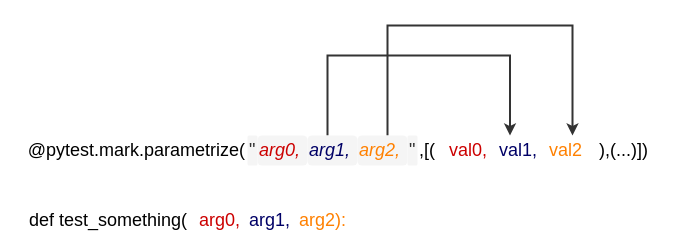
This is page "Page-9" (9 of 9) of pytest.drawio from Euclid-Python/Python-pytest, a draw.io file, before an edit. Source tidied: cells renumbered, new cells numbered last; positions are measured from the earlier drawing's top-left corner, leaving out a move shared by most shapes. Both pictures are drawn from the tidied source at 100%, with x=0, y=0 at pixel (17, 25).
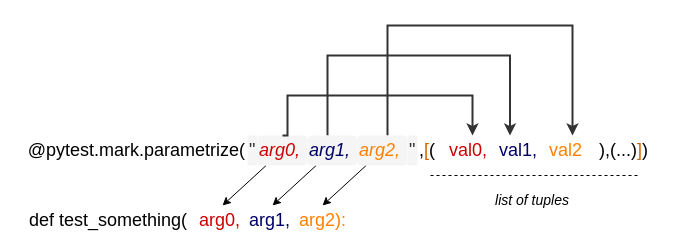
The same diagram, later.

Unchanged cells that the change refers to:
```xml
<mxCell id="5" value="&lt;span style=&quot;font-size: 18px ; white-space: normal&quot;&gt;arg0,&lt;/span&gt;" style="rounded=1;whiteSpace=wrap;html=1;shadow=0;strokeColor=none;fillColor=#f5f5f5;fontSize=16;align=left;dashed=1;fontStyle=2;fontColor=#CC0000;" parent="1" vertex="1">
  <mxGeometry x="240" y="110" width="50" height="30" as="geometry" />
</mxCell>
<mxCell id="8" value="&lt;span style=&quot;font-size: 18px ; white-space: normal&quot;&gt;arg1,&lt;/span&gt;" style="rounded=1;whiteSpace=wrap;html=1;shadow=0;strokeColor=none;fillColor=#f5f5f5;fontSize=16;align=left;dashed=1;fontStyle=2;fontColor=#000066;" parent="1" vertex="1">
  <mxGeometry x="290" y="110" width="50" height="30" as="geometry" />
</mxCell>
<mxCell id="11" value="&lt;span style=&quot;font-size: 18px ; white-space: normal&quot;&gt;arg2,&lt;/span&gt;" style="rounded=1;whiteSpace=wrap;html=1;shadow=0;strokeColor=none;fillColor=#f5f5f5;fontSize=16;align=left;dashed=1;fontStyle=2;fontColor=#FF8000;" parent="1" vertex="1">
  <mxGeometry x="340" y="110" width="50" height="30" as="geometry" />
</mxCell>
<mxCell id="18" value="&lt;span style=&quot;font-size: 18px ; white-space: normal&quot;&gt;arg0,&lt;/span&gt;" style="rounded=1;whiteSpace=wrap;html=1;shadow=0;strokeColor=none;fillColor=none;fontSize=16;align=left;dashed=1;fontColor=#CC0000;" parent="1" vertex="1">
  <mxGeometry x="180" y="180" width="50" height="30" as="geometry" />
</mxCell>
<mxCell id="19" value="&lt;span style=&quot;font-size: 18px ; white-space: normal&quot;&gt;arg1,&lt;/span&gt;" style="rounded=1;whiteSpace=wrap;html=1;shadow=0;strokeColor=none;fillColor=none;fontSize=16;align=left;dashed=1;fontColor=#000066;" parent="1" vertex="1">
  <mxGeometry x="230" y="180" width="50" height="30" as="geometry" />
</mxCell>
<mxCell id="20" value="&lt;span style=&quot;font-size: 18px ; white-space: normal&quot;&gt;arg2):&lt;/span&gt;" style="rounded=1;whiteSpace=wrap;html=1;shadow=0;strokeColor=none;fillColor=none;fontSize=16;align=left;dashed=1;fontColor=#FF8000;" parent="1" vertex="1">
  <mxGeometry x="280" y="180" width="50" height="30" as="geometry" />
</mxCell>
```

Change to the diagram source:
```diff
@@
+    <mxCell id="23" style="rounded=0;jettySize=auto;html=1;entryX=0.5;entryY=0;entryDx=0;entryDy=0;" parent="1" edge="1" source="5" target="18">
+      <mxGeometry relative="1" as="geometry" />
+    </mxCell>
@@
+    <mxCell id="24" style="edgeStyle=none;rounded=0;jettySize=auto;html=1;entryX=0.5;entryY=0;entryDx=0;entryDy=0;" parent="1" edge="1" source="8" target="19">
+      <mxGeometry relative="1" as="geometry" />
+    </mxCell>
@@
+    <mxCell id="25" style="edgeStyle=none;rounded=0;jettySize=auto;html=1;entryX=0.5;entryY=0;entryDx=0;entryDy=0;" parent="1" edge="1" source="11" target="20">
+      <mxGeometry relative="1" as="geometry" />
+    </mxCell>
@@
-    <mxCell id="12" value="&lt;span style=&quot;font-size: 18px ; white-space: normal&quot;&gt;,[(&lt;/span&gt;" style="rounded=1;whiteSpace=wrap;html=1;shadow=0;strokeColor=none;fillColor=none;fontSize=16;align=left;dashed=1;" parent="1" vertex="1">
+    <mxCell id="12" value="&lt;span style=&quot;font-size: 18px ; white-space: normal&quot;&gt;,&lt;font color=&quot;#cc6600&quot;&gt;[&lt;/font&gt;(&lt;/span&gt;" style="rounded=1;whiteSpace=wrap;html=1;shadow=0;strokeColor=none;fillColor=none;fontSize=16;align=left;dashed=1;" parent="1" vertex="1">
       <mxGeometry x="400" y="110" width="30" height="30" as="geometry" />
     </mxCell>
@@
-    <mxCell id="16" value="&lt;span style=&quot;font-size: 18px ; white-space: normal&quot;&gt;),(...)])&lt;/span&gt;" style="rounded=1;whiteSpace=wrap;html=1;shadow=0;strokeColor=none;fillColor=none;fontSize=16;align=left;dashed=1;" parent="1" vertex="1">
+    <mxCell id="16" value="&lt;span style=&quot;font-size: 18px ; white-space: normal&quot;&gt;),(...)&lt;font color=&quot;#cc6600&quot;&gt;]&lt;/font&gt;)&lt;/span&gt;" style="rounded=1;whiteSpace=wrap;html=1;shadow=0;strokeColor=none;fillColor=none;fontSize=16;align=left;dashed=1;" parent="1" vertex="1">
       <mxGeometry x="580" y="110" width="80" height="30" as="geometry" />
     </mxCell>
@@
+    <mxCell id="26" style="edgeStyle=orthogonalEdgeStyle;rounded=0;jettySize=auto;html=1;strokeColor=#333333;strokeWidth=2;fontSize=18;exitX=0.5;exitY=0;exitDx=0;exitDy=0;" parent="1" edge="1" source="5">
+      <mxGeometry relative="1" as="geometry">
+        <mxPoint x="455" y="110" as="targetPoint" />
+        <Array as="points">
+          <mxPoint x="270" y="110" />
+          <mxPoint x="270" y="70" />
+          <mxPoint x="455" y="70" />
+        </Array>
+      </mxGeometry>
+    </mxCell>
+    <mxCell id="27" style="endArrow=none;dashed=1;html=1;" parent="1" edge="1">
+      <mxGeometry relative="1" as="geometry">
+        <mxPoint x="620" y="150" as="sourcePoint" />
+        <mxPoint x="410" y="150" as="targetPoint" />
+      </mxGeometry>
+    </mxCell>
+    <mxCell id="28" value="&lt;span style=&quot;font-size: 14px; white-space: normal;&quot;&gt;list of tuples&lt;/span&gt;" style="rounded=1;whiteSpace=wrap;html=1;shadow=0;strokeColor=none;fillColor=none;fontSize=14;align=center;dashed=1;fontStyle=2;" parent="1" vertex="1">
+      <mxGeometry x="430" y="160" width="170" height="30" as="geometry" />
+    </mxCell>
```
